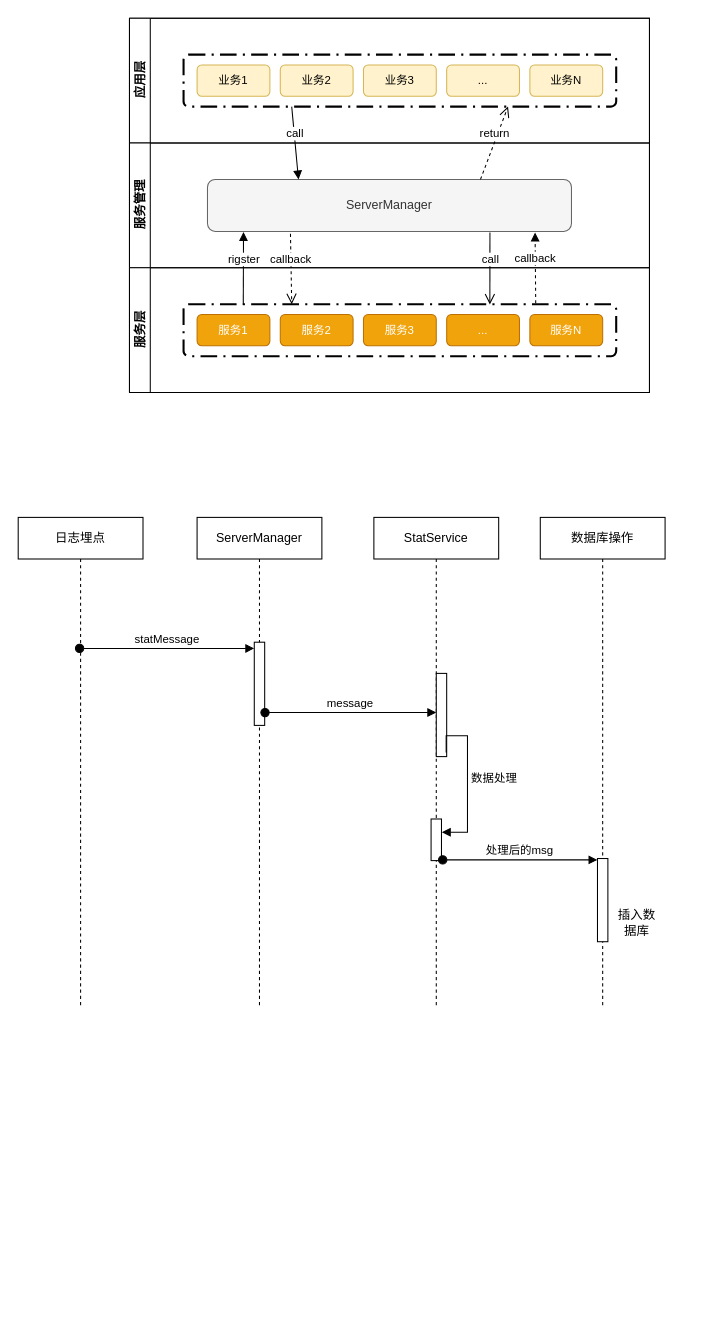
yyht800/SiGuoYa keeps this draw.io diagram as notes/design/WebView.drawio. Above is the earlier version. Source tidied: cells renumbered, new cells numbered last; positions are measured from the earlier drawing's top-left corner, leaving out a move shared by most shapes. Both pictures are drawn from the tidied source at 104%, with x=0, y=0 at pixel (18, 18).
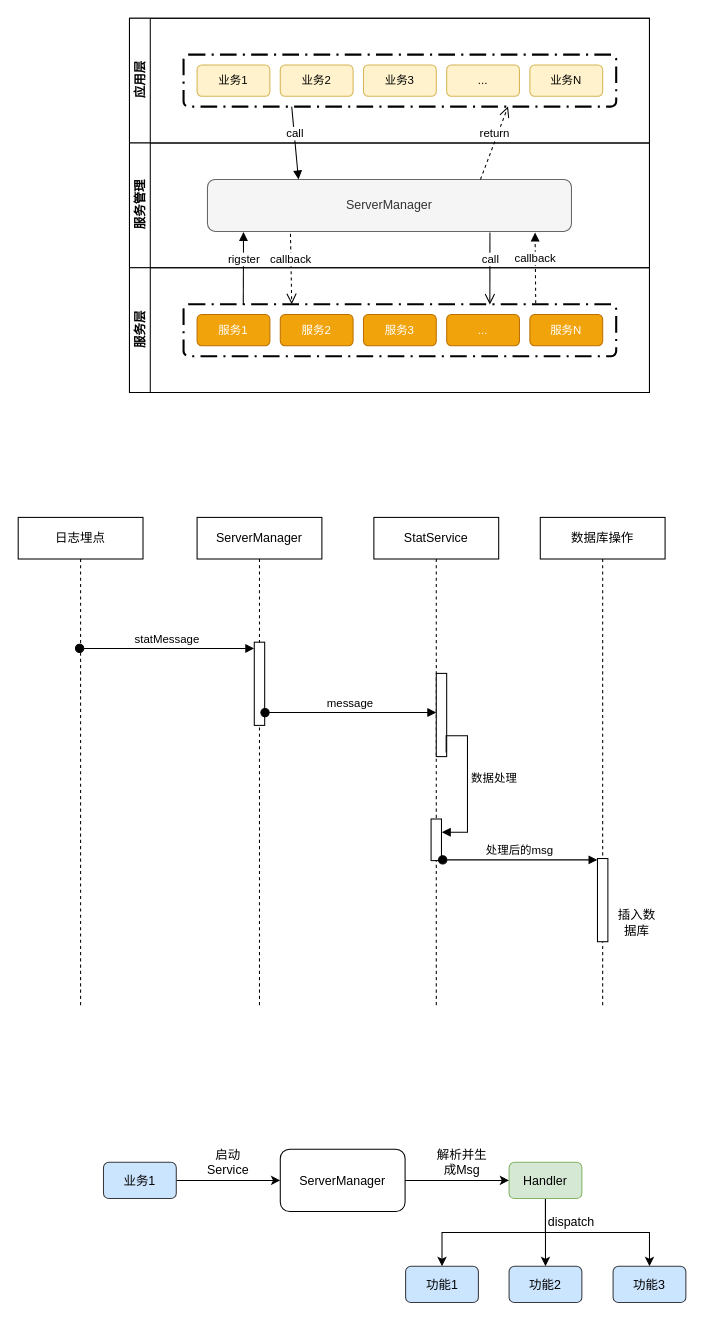
After the change.

Diff of the diagram source:
```diff
@@
+    <mxCell id="38" style="edgeStyle=orthogonalEdgeStyle;rounded=0;jettySize=auto;html=1;exitX=1;exitY=0.5;exitDx=0;exitDy=0;entryX=0;entryY=0.5;entryDx=0;entryDy=0;" parent="1" edge="1" source="39" target="46">
+      <mxGeometry relative="1" as="geometry" />
+    </mxCell>
+    <mxCell id="39" value="业务1" style="rounded=1;whiteSpace=wrap;html=1;fillColor=#cce5ff;strokeColor=#36393d;" parent="1" vertex="1">
+      <mxGeometry x="82" y="1100" width="70" height="35" as="geometry" />
+    </mxCell>
+    <mxCell id="40" style="edgeStyle=orthogonalEdgeStyle;rounded=0;jettySize=auto;html=1;exitX=0.5;exitY=1;exitDx=0;exitDy=0;entryX=0.5;entryY=0;entryDx=0;entryDy=0;" parent="1" edge="1" source="43" target="50">
+      <mxGeometry relative="1" as="geometry" />
+    </mxCell>
+    <mxCell id="41" style="edgeStyle=orthogonalEdgeStyle;rounded=0;jettySize=auto;html=1;exitX=0.5;exitY=1;exitDx=0;exitDy=0;" parent="1" edge="1" source="43" target="44">
+      <mxGeometry relative="1" as="geometry" />
+    </mxCell>
+    <mxCell id="42" style="edgeStyle=orthogonalEdgeStyle;rounded=0;jettySize=auto;html=1;exitX=0.5;exitY=1;exitDx=0;exitDy=0;" parent="1" edge="1" source="43" target="49">
+      <mxGeometry relative="1" as="geometry" />
+    </mxCell>
+    <mxCell id="43" value="Handler" style="rounded=1;whiteSpace=wrap;html=1;fillColor=#d5e8d4;strokeColor=#82b366;" parent="1" vertex="1">
+      <mxGeometry x="472" y="1100" width="70" height="35" as="geometry" />
+    </mxCell>
+    <mxCell id="44" value="功能1" style="rounded=1;whiteSpace=wrap;html=1;fillColor=#cce5ff;strokeColor=#36393d;" parent="1" vertex="1">
+      <mxGeometry x="372.5" y="1200" width="70" height="35" as="geometry" />
+    </mxCell>
+    <mxCell id="45" style="edgeStyle=orthogonalEdgeStyle;rounded=0;jettySize=auto;html=1;exitX=1;exitY=0.5;exitDx=0;exitDy=0;entryX=0;entryY=0.5;entryDx=0;entryDy=0;" parent="1" edge="1" source="46" target="43">
+      <mxGeometry relative="1" as="geometry" />
+    </mxCell>
+    <mxCell id="46" value="ServerManager" style="rounded=1;whiteSpace=wrap;html=1;" parent="1" vertex="1">
+      <mxGeometry x="252" y="1087.5" width="120" height="60" as="geometry" />
+    </mxCell>
+    <mxCell id="47" value="启动Service" style="text;html=1;strokeColor=none;fillColor=none;align=center;verticalAlign=middle;whiteSpace=wrap;rounded=0;" parent="1" vertex="1">
+      <mxGeometry x="182" y="1090" width="40" height="20" as="geometry" />
+    </mxCell>
+    <mxCell id="48" value="解析并生成Msg" style="text;html=1;strokeColor=none;fillColor=none;align=center;verticalAlign=middle;whiteSpace=wrap;rounded=0;" parent="1" vertex="1">
+      <mxGeometry x="402" y="1090" width="50" height="20" as="geometry" />
+    </mxCell>
+    <mxCell id="49" value="功能3" style="rounded=1;whiteSpace=wrap;html=1;fillColor=#cce5ff;strokeColor=#36393d;" parent="1" vertex="1">
+      <mxGeometry x="572" y="1200" width="70" height="35" as="geometry" />
+    </mxCell>
+    <mxCell id="50" value="功能2" style="rounded=1;whiteSpace=wrap;html=1;fillColor=#cce5ff;strokeColor=#36393d;" parent="1" vertex="1">
+      <mxGeometry x="472" y="1200" width="70" height="35" as="geometry" />
+    </mxCell>
+    <mxCell id="51" value="dispatch" style="text;html=1;strokeColor=none;fillColor=none;align=center;verticalAlign=middle;whiteSpace=wrap;rounded=0;" parent="1" vertex="1">
+      <mxGeometry x="512" y="1147.5" width="40" height="20" as="geometry" />
+    </mxCell>
```
